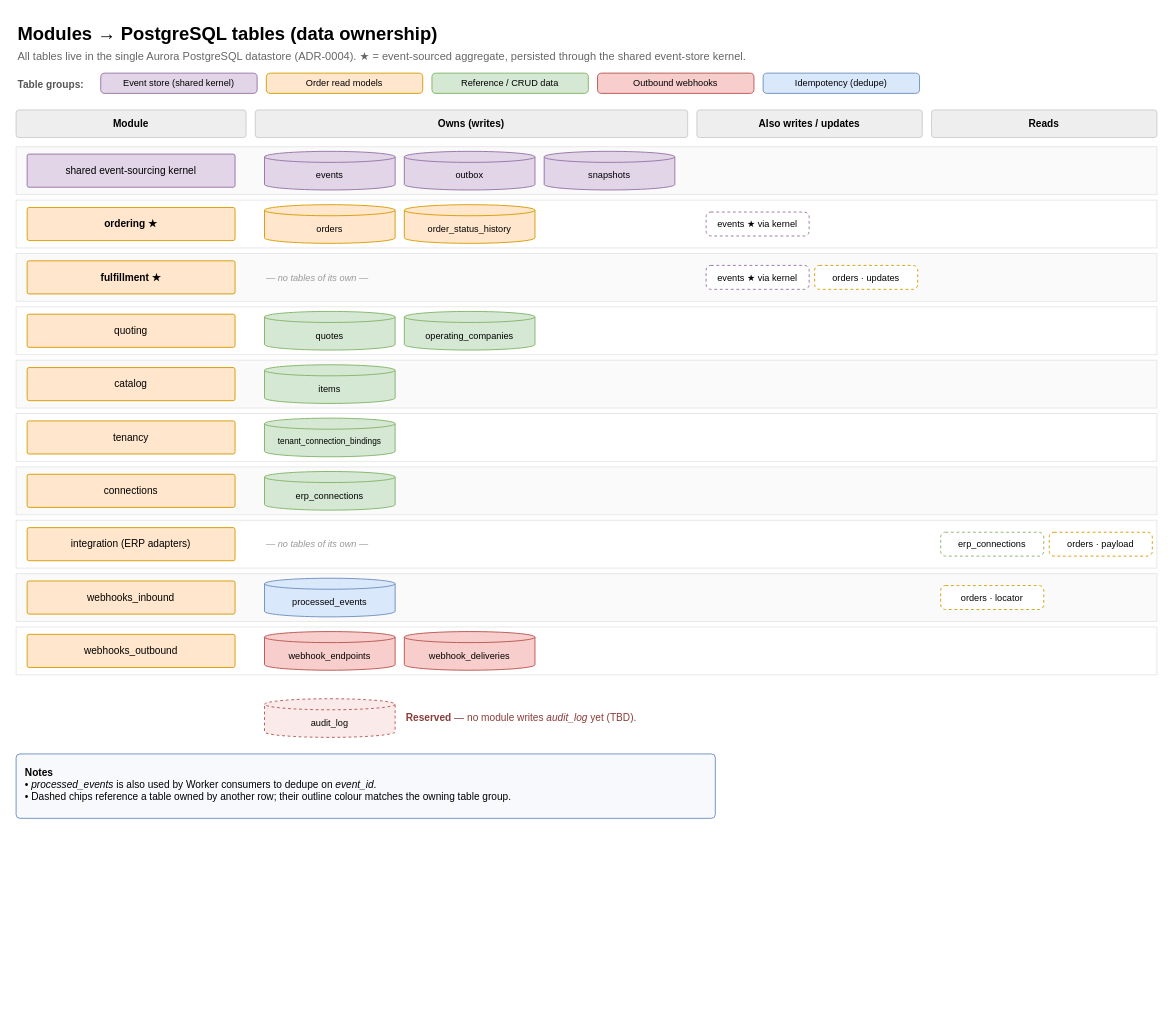
Above: page "2 · Modules → tables (data ownership)" (2 of 3) of docs/architecture/hld.drawio in sridarsaikrishnan/AI-DLC-ERP-Supply-Chain-Order-Portal (draw.io), before the change. Source tidied: cells renumbered, new cells numbered last; positions are measured from the earlier drawing's top-left corner, leaving out a move shared by most shapes. Both pictures are drawn from the tidied source at 92%, with x=0, y=0 at pixel (16, 16).
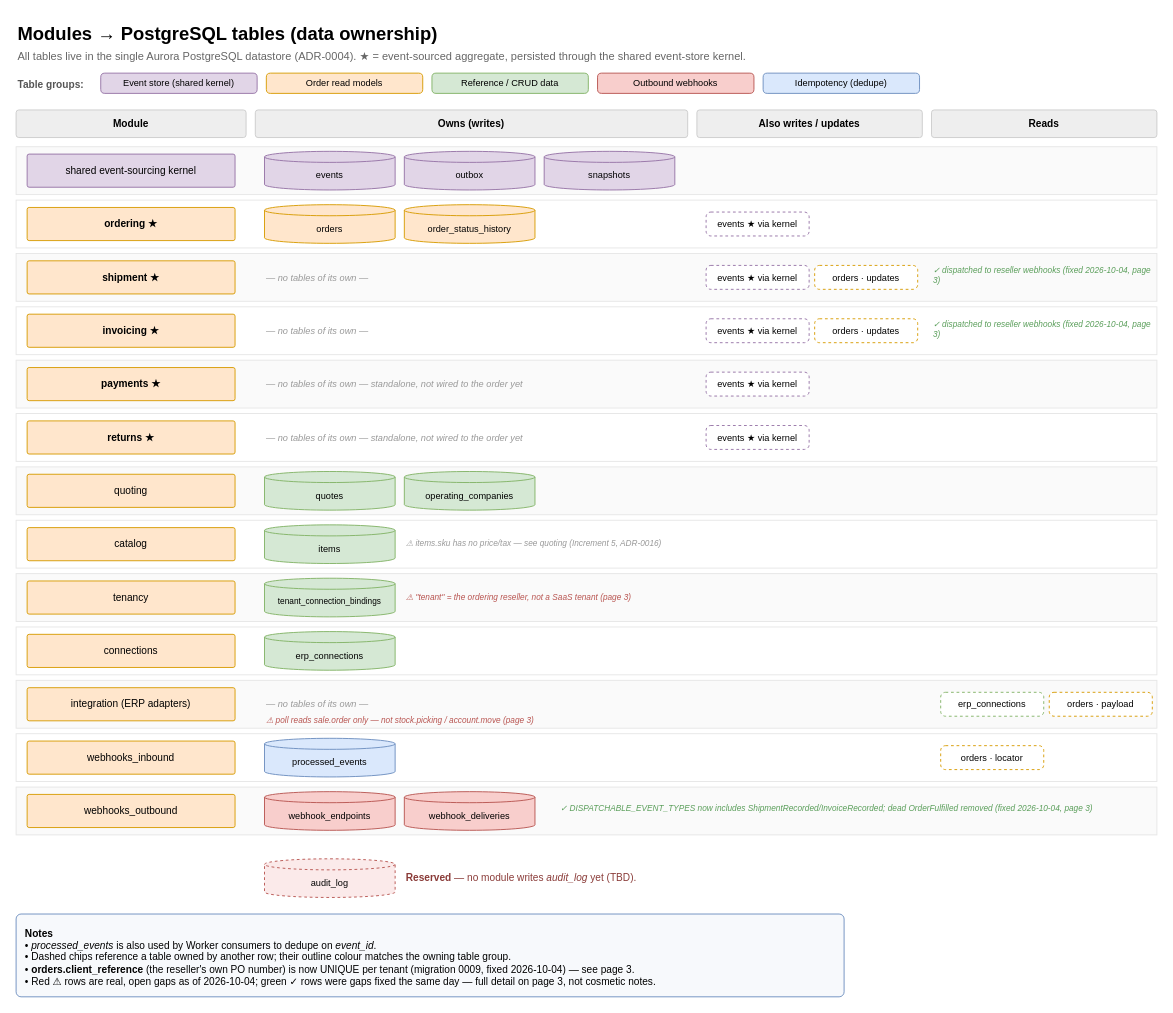
The same page after the edit.

What changed in the source:
```diff
@@
-    <mxCell id="25" value="fulfillment ★" style="fontFamily=Helvetica;rounded=1;arcSize=6;whiteSpace=wrap;html=1;fontSize=12;spacing=8;verticalAlign=middle;align=center;fillColor=#FFE6CC;strokeColor=#D79B00;fontSize=11;fontStyle=1;" parent="1" vertex="1">
+    <mxCell id="25" value="shipment ★" style="fontFamily=Helvetica;rounded=1;arcSize=6;whiteSpace=wrap;html=1;fontSize=12;spacing=8;verticalAlign=middle;align=center;fillColor=#FFE6CC;strokeColor=#D79B00;fontSize=11;fontStyle=1;" parent="1" vertex="1">
       <mxGeometry x="12" y="266" width="226" height="36" as="geometry" />
     </mxCell>
@@
+    <mxCell id="58" value="✓ dispatched to reseller webhooks (fixed 2026-10-04, page 3)" style="fontFamily=Helvetica;text;html=1;whiteSpace=wrap;strokeColor=none;fillColor=none;fontSize=9;fontColor=#5A9E5A;fontStyle=2;align=left;verticalAlign=middle;" parent="1" vertex="1">
+      <mxGeometry x="995" y="272" width="245" height="20" as="geometry" />
+    </mxCell>
@@
-    <mxCell id="30" value="quoting" style="fontFamily=Helvetica;rounded=1;arcSize=6;whiteSpace=wrap;html=1;fontSize=12;spacing=8;verticalAlign=middle;align=center;fillColor=#FFE6CC;strokeColor=#D79B00;fontSize=11;" parent="1" vertex="1">
+    <mxCell id="30" value="invoicing ★" style="fontFamily=Helvetica;rounded=1;arcSize=6;whiteSpace=wrap;html=1;fontSize=12;spacing=8;verticalAlign=middle;align=center;fillColor=#FFE6CC;strokeColor=#D79B00;fontSize=11;fontStyle=1;" parent="1" vertex="1">
       <mxGeometry x="12" y="324" width="226" height="36" as="geometry" />
     </mxCell>
-    <mxCell id="31" value="quotes" style="fontFamily=Helvetica;shape=cylinder3;whiteSpace=wrap;html=1;boundedLbl=1;backgroundOutline=1;size=6;fontSize=10;fillColor=#D5E8D4;strokeColor=#82B366;" parent="1" vertex="1">
-      <mxGeometry x="270" y="321" width="142" height="42" as="geometry" />
-    </mxCell>
-    <mxCell id="32" value="operating_companies" style="fontFamily=Helvetica;shape=cylinder3;whiteSpace=wrap;html=1;boundedLbl=1;backgroundOutline=1;size=6;fontSize=10;fillColor=#D5E8D4;strokeColor=#82B366;" parent="1" vertex="1">
-      <mxGeometry x="422" y="321" width="142" height="42" as="geometry" />
-    </mxCell>
+    <mxCell id="59" value="— no tables of its own —" style="fontFamily=Helvetica;text;html=1;whiteSpace=wrap;strokeColor=none;fillColor=none;fontSize=10;fontColor=#999999;fontStyle=2;align=left;verticalAlign=middle;" parent="1" vertex="1">
+      <mxGeometry x="270" y="332" width="300" height="20" as="geometry" />
+    </mxCell>
+    <mxCell id="60" value="events ★ via kernel" style="fontFamily=Helvetica;rounded=1;arcSize=6;whiteSpace=wrap;html=1;fontSize=12;spacing=8;verticalAlign=middle;align=center;fillColor=#FFFFFF;strokeColor=#9673A6;dashed=1;fontSize=10;spacing=2;arcSize=20;" parent="1" vertex="1">
+      <mxGeometry x="750" y="329" width="112" height="26" as="geometry" />
+    </mxCell>
+    <mxCell id="61" value="orders · updates" style="fontFamily=Helvetica;rounded=1;arcSize=6;whiteSpace=wrap;html=1;fontSize=12;spacing=8;verticalAlign=middle;align=center;fillColor=#FFFFFF;strokeColor=#D79B00;dashed=1;fontSize=10;spacing=2;arcSize=20;" parent="1" vertex="1">
+      <mxGeometry x="868" y="329" width="112" height="26" as="geometry" />
+    </mxCell>
+    <mxCell id="62" value="✓ dispatched to reseller webhooks (fixed 2026-10-04, page 3)" style="fontFamily=Helvetica;text;html=1;whiteSpace=wrap;strokeColor=none;fillColor=none;fontSize=9;fontColor=#5A9E5A;fontStyle=2;align=left;verticalAlign=middle;" parent="1" vertex="1">
+      <mxGeometry x="995" y="330" width="245" height="20" as="geometry" />
+    </mxCell>
@@
-    <mxCell id="34" value="catalog" style="fontFamily=Helvetica;rounded=1;arcSize=6;whiteSpace=wrap;html=1;fontSize=12;spacing=8;verticalAlign=middle;align=center;fillColor=#FFE6CC;strokeColor=#D79B00;fontSize=11;" parent="1" vertex="1">
+    <mxCell id="34" value="payments ★" style="fontFamily=Helvetica;rounded=1;arcSize=6;whiteSpace=wrap;html=1;fontSize=12;spacing=8;verticalAlign=middle;align=center;fillColor=#FFE6CC;strokeColor=#D79B00;fontSize=11;fontStyle=1;" parent="1" vertex="1">
       <mxGeometry x="12" y="382" width="226" height="36" as="geometry" />
     </mxCell>
-    <mxCell id="35" value="items" style="fontFamily=Helvetica;shape=cylinder3;whiteSpace=wrap;html=1;boundedLbl=1;backgroundOutline=1;size=6;fontSize=10;fillColor=#D5E8D4;strokeColor=#82B366;" parent="1" vertex="1">
-      <mxGeometry x="270" y="379" width="142" height="42" as="geometry" />
-    </mxCell>
+    <mxCell id="63" value="— no tables of its own — standalone, not wired to the order yet" style="fontFamily=Helvetica;text;html=1;whiteSpace=wrap;strokeColor=none;fillColor=none;fontSize=10;fontColor=#999999;fontStyle=2;align=left;verticalAlign=middle;" parent="1" vertex="1">
+      <mxGeometry x="270" y="390" width="460" height="20" as="geometry" />
+    </mxCell>
+    <mxCell id="64" value="events ★ via kernel" style="fontFamily=Helvetica;rounded=1;arcSize=6;whiteSpace=wrap;html=1;fontSize=12;spacing=8;verticalAlign=middle;align=center;fillColor=#FFFFFF;strokeColor=#9673A6;dashed=1;fontSize=10;spacing=2;arcSize=20;" parent="1" vertex="1">
+      <mxGeometry x="750" y="387" width="112" height="26" as="geometry" />
+    </mxCell>
@@
-    <mxCell id="37" value="tenancy" style="fontFamily=Helvetica;rounded=1;arcSize=6;whiteSpace=wrap;html=1;fontSize=12;spacing=8;verticalAlign=middle;align=center;fillColor=#FFE6CC;strokeColor=#D79B00;fontSize=11;" parent="1" vertex="1">
-      <mxGeometry x="12" y="440" width="226" height="36" as="geometry" />
-    </mxCell>
-    <mxCell id="38" value="tenant_connection_bindings" style="fontFamily=Helvetica;shape=cylinder3;whiteSpace=wrap;html=1;boundedLbl=1;backgroundOutline=1;size=6;fontSize=10;fillColor=#D5E8D4;strokeColor=#82B366;fontSize=9;" parent="1" vertex="1">
-      <mxGeometry x="270" y="437" width="142" height="42" as="geometry" />
-    </mxCell>
+    <mxCell id="65" value="returns ★" style="fontFamily=Helvetica;rounded=1;arcSize=6;whiteSpace=wrap;html=1;fontSize=12;spacing=8;verticalAlign=middle;align=center;fillColor=#FFE6CC;strokeColor=#D79B00;fontSize=11;fontStyle=1;" parent="1" vertex="1">
+      <mxGeometry x="12" y="440" width="226" height="36" as="geometry" />
+    </mxCell>
+    <mxCell id="66" value="— no tables of its own — standalone, not wired to the order yet" style="fontFamily=Helvetica;text;html=1;whiteSpace=wrap;strokeColor=none;fillColor=none;fontSize=10;fontColor=#999999;fontStyle=2;align=left;verticalAlign=middle;" parent="1" vertex="1">
+      <mxGeometry x="270" y="448" width="460" height="20" as="geometry" />
+    </mxCell>
+    <mxCell id="67" value="events ★ via kernel" style="fontFamily=Helvetica;rounded=1;arcSize=6;whiteSpace=wrap;html=1;fontSize=12;spacing=8;verticalAlign=middle;align=center;fillColor=#FFFFFF;strokeColor=#9673A6;dashed=1;fontSize=10;spacing=2;arcSize=20;" parent="1" vertex="1">
+      <mxGeometry x="750" y="445" width="112" height="26" as="geometry" />
+    </mxCell>
@@
-    <mxCell id="40" value="connections" style="fontFamily=Helvetica;rounded=1;arcSize=6;whiteSpace=wrap;html=1;fontSize=12;spacing=8;verticalAlign=middle;align=center;fillColor=#FFE6CC;strokeColor=#D79B00;fontSize=11;" parent="1" vertex="1">
+    <mxCell id="40" value="quoting" style="fontFamily=Helvetica;rounded=1;arcSize=6;whiteSpace=wrap;html=1;fontSize=12;spacing=8;verticalAlign=middle;align=center;fillColor=#FFE6CC;strokeColor=#D79B00;fontSize=11;" parent="1" vertex="1">
       <mxGeometry x="12" y="498" width="226" height="36" as="geometry" />
     </mxCell>
-    <mxCell id="41" value="erp_connections" style="fontFamily=Helvetica;shape=cylinder3;whiteSpace=wrap;html=1;boundedLbl=1;backgroundOutline=1;size=6;fontSize=10;fillColor=#D5E8D4;strokeColor=#82B366;" parent="1" vertex="1">
+    <mxCell id="41" value="quotes" style="fontFamily=Helvetica;shape=cylinder3;whiteSpace=wrap;html=1;boundedLbl=1;backgroundOutline=1;size=6;fontSize=10;fillColor=#D5E8D4;strokeColor=#82B366;" parent="1" vertex="1">
       <mxGeometry x="270" y="495" width="142" height="42" as="geometry" />
     </mxCell>
+    <mxCell id="32" value="operating_companies" style="fontFamily=Helvetica;shape=cylinder3;whiteSpace=wrap;html=1;boundedLbl=1;backgroundOutline=1;size=6;fontSize=10;fillColor=#D5E8D4;strokeColor=#82B366;" parent="1" vertex="1">
+      <mxGeometry x="422" y="495" width="142" height="42" as="geometry" />
+    </mxCell>
@@
-    <mxCell id="43" value="integration (ERP adapters)" style="fontFamily=Helvetica;rounded=1;arcSize=6;whiteSpace=wrap;html=1;fontSize=12;spacing=8;verticalAlign=middle;align=center;fillColor=#FFE6CC;strokeColor=#D79B00;fontSize=11;" parent="1" vertex="1">
+    <mxCell id="43" value="catalog" style="fontFamily=Helvetica;rounded=1;arcSize=6;whiteSpace=wrap;html=1;fontSize=12;spacing=8;verticalAlign=middle;align=center;fillColor=#FFE6CC;strokeColor=#D79B00;fontSize=11;" parent="1" vertex="1">
       <mxGeometry x="12" y="556" width="226" height="36" as="geometry" />
     </mxCell>
-    <mxCell id="44" value="— no tables of its own —" style="fontFamily=Helvetica;text;html=1;whiteSpace=wrap;strokeColor=none;fillColor=none;fontSize=10;fontColor=#999999;fontStyle=2;align=left;verticalAlign=middle;" parent="1" vertex="1">
-      <mxGeometry x="270" y="564" width="300" height="20" as="geometry" />
-    </mxCell>
-    <mxCell id="45" value="erp_connections" style="fontFamily=Helvetica;rounded=1;arcSize=6;whiteSpace=wrap;html=1;fontSize=12;spacing=8;verticalAlign=middle;align=center;fillColor=#FFFFFF;strokeColor=#82B366;dashed=1;fontSize=10;spacing=2;arcSize=20;" parent="1" vertex="1">
-      <mxGeometry x="1005" y="561" width="112" height="26" as="geometry" />
-    </mxCell>
-    <mxCell id="46" value="orders · payload" style="fontFamily=Helvetica;rounded=1;arcSize=6;whiteSpace=wrap;html=1;fontSize=12;spacing=8;verticalAlign=middle;align=center;fillColor=#FFFFFF;strokeColor=#D79B00;dashed=1;fontSize=10;spacing=2;arcSize=20;" parent="1" vertex="1">
-      <mxGeometry x="1123" y="561" width="112" height="26" as="geometry" />
-    </mxCell>
+    <mxCell id="35" value="items" style="fontFamily=Helvetica;shape=cylinder3;whiteSpace=wrap;html=1;boundedLbl=1;backgroundOutline=1;size=6;fontSize=10;fillColor=#D5E8D4;strokeColor=#82B366;" parent="1" vertex="1">
+      <mxGeometry x="270" y="553" width="142" height="42" as="geometry" />
+    </mxCell>
+    <mxCell id="68" value="⚠ items.sku has no price/tax — see quoting (Increment 5, ADR-0016)" style="fontFamily=Helvetica;text;html=1;whiteSpace=wrap;strokeColor=none;fillColor=none;fontSize=9;fontColor=#999999;fontStyle=2;align=left;verticalAlign=middle;" parent="1" vertex="1">
+      <mxGeometry x="422" y="564" width="420" height="20" as="geometry" />
+    </mxCell>
@@
-    <mxCell id="48" value="webhooks_inbound" style="fontFamily=Helvetica;rounded=1;arcSize=6;whiteSpace=wrap;html=1;fontSize=12;spacing=8;verticalAlign=middle;align=center;fillColor=#FFE6CC;strokeColor=#D79B00;fontSize=11;" parent="1" vertex="1">
+    <mxCell id="48" value="tenancy" style="fontFamily=Helvetica;rounded=1;arcSize=6;whiteSpace=wrap;html=1;fontSize=12;spacing=8;verticalAlign=middle;align=center;fillColor=#FFE6CC;strokeColor=#D79B00;fontSize=11;" parent="1" vertex="1">
       <mxGeometry x="12" y="614" width="226" height="36" as="geometry" />
     </mxCell>
-    <mxCell id="49" value="processed_events" style="fontFamily=Helvetica;shape=cylinder3;whiteSpace=wrap;html=1;boundedLbl=1;backgroundOutline=1;size=6;fontSize=10;fillColor=#DAE8FC;strokeColor=#6C8EBF;" parent="1" vertex="1">
+    <mxCell id="49" value="tenant_connection_bindings" style="fontFamily=Helvetica;shape=cylinder3;whiteSpace=wrap;html=1;boundedLbl=1;backgroundOutline=1;size=6;fontSize=10;fillColor=#D5E8D4;strokeColor=#82B366;fontSize=9;" parent="1" vertex="1">
       <mxGeometry x="270" y="611" width="142" height="42" as="geometry" />
     </mxCell>
-    <mxCell id="50" value="orders · locator" style="fontFamily=Helvetica;rounded=1;arcSize=6;whiteSpace=wrap;html=1;fontSize=12;spacing=8;verticalAlign=middle;align=center;fillColor=#FFFFFF;strokeColor=#D79B00;dashed=1;fontSize=10;spacing=2;arcSize=20;" parent="1" vertex="1">
-      <mxGeometry x="1005" y="619" width="112" height="26" as="geometry" />
-    </mxCell>
+    <mxCell id="69" value="⚠ &quot;tenant&quot; = the ordering reseller, not a SaaS tenant (page 3)" style="fontFamily=Helvetica;text;html=1;whiteSpace=wrap;strokeColor=none;fillColor=none;fontSize=9;fontColor=#B85450;fontStyle=2;align=left;verticalAlign=middle;" parent="1" vertex="1">
+      <mxGeometry x="422" y="622" width="420" height="20" as="geometry" />
+    </mxCell>
@@
-    <mxCell id="52" value="webhooks_outbound" style="fontFamily=Helvetica;rounded=1;arcSize=6;whiteSpace=wrap;html=1;fontSize=12;spacing=8;verticalAlign=middle;align=center;fillColor=#FFE6CC;strokeColor=#D79B00;fontSize=11;" parent="1" vertex="1">
+    <mxCell id="52" value="connections" style="fontFamily=Helvetica;rounded=1;arcSize=6;whiteSpace=wrap;html=1;fontSize=12;spacing=8;verticalAlign=middle;align=center;fillColor=#FFE6CC;strokeColor=#D79B00;fontSize=11;" parent="1" vertex="1">
       <mxGeometry x="12" y="672" width="226" height="36" as="geometry" />
     </mxCell>
-    <mxCell id="53" value="webhook_endpoints" style="fontFamily=Helvetica;shape=cylinder3;whiteSpace=wrap;html=1;boundedLbl=1;backgroundOutline=1;size=6;fontSize=10;fillColor=#F8CECC;strokeColor=#B85450;" parent="1" vertex="1">
+    <mxCell id="53" value="erp_connections" style="fontFamily=Helvetica;shape=cylinder3;whiteSpace=wrap;html=1;boundedLbl=1;backgroundOutline=1;size=6;fontSize=10;fillColor=#D5E8D4;strokeColor=#82B366;" parent="1" vertex="1">
       <mxGeometry x="270" y="669" width="142" height="42" as="geometry" />
     </mxCell>
+    <mxCell id="70" style="fontFamily=Helvetica;rounded=0;html=1;strokeColor=#E6E6E6;fillColor=#FAFAFA;" parent="1" vertex="1">
+      <mxGeometry y="722" width="1240" height="52" as="geometry" />
+    </mxCell>
+    <mxCell id="71" value="integration (ERP adapters)" style="fontFamily=Helvetica;rounded=1;arcSize=6;whiteSpace=wrap;html=1;fontSize=12;spacing=8;verticalAlign=middle;align=center;fillColor=#FFE6CC;strokeColor=#D79B00;fontSize=11;" parent="1" vertex="1">
+      <mxGeometry x="12" y="730" width="226" height="36" as="geometry" />
+    </mxCell>
+    <mxCell id="72" value="— no tables of its own —" style="fontFamily=Helvetica;text;html=1;whiteSpace=wrap;strokeColor=none;fillColor=none;fontSize=10;fontColor=#999999;fontStyle=2;align=left;verticalAlign=middle;" parent="1" vertex="1">
+      <mxGeometry x="270" y="738" width="300" height="20" as="geometry" />
+    </mxCell>
+    <mxCell id="45" value="erp_connections" style="fontFamily=Helvetica;rounded=1;arcSize=6;whiteSpace=wrap;html=1;fontSize=12;spacing=8;verticalAlign=middle;align=center;fillColor=#FFFFFF;strokeColor=#82B366;dashed=1;fontSize=10;spacing=2;arcSize=20;" parent="1" vertex="1">
+      <mxGeometry x="1005" y="735" width="112" height="26" as="geometry" />
+    </mxCell>
+    <mxCell id="46" value="orders · payload" style="fontFamily=Helvetica;rounded=1;arcSize=6;whiteSpace=wrap;html=1;fontSize=12;spacing=8;verticalAlign=middle;align=center;fillColor=#FFFFFF;strokeColor=#D79B00;dashed=1;fontSize=10;spacing=2;arcSize=20;" parent="1" vertex="1">
+      <mxGeometry x="1123" y="735" width="112" height="26" as="geometry" />
+    </mxCell>
+    <mxCell id="73" value="⚠ poll reads sale.order only — not stock.picking / account.move (page 3)" style="fontFamily=Helvetica;text;html=1;whiteSpace=wrap;strokeColor=none;fillColor=none;fontSize=9;fontColor=#B85450;fontStyle=2;align=left;verticalAlign=middle;" parent="1" vertex="1">
+      <mxGeometry x="270" y="756" width="500" height="20" as="geometry" />
+    </mxCell>
+    <mxCell id="74" style="fontFamily=Helvetica;rounded=0;html=1;strokeColor=#E6E6E6;fillColor=#FFFFFF;" parent="1" vertex="1">
+      <mxGeometry y="780" width="1240" height="52" as="geometry" />
+    </mxCell>
+    <mxCell id="75" value="webhooks_inbound" style="fontFamily=Helvetica;rounded=1;arcSize=6;whiteSpace=wrap;html=1;fontSize=12;spacing=8;verticalAlign=middle;align=center;fillColor=#FFE6CC;strokeColor=#D79B00;fontSize=11;" parent="1" vertex="1">
+      <mxGeometry x="12" y="788" width="226" height="36" as="geometry" />
+    </mxCell>
+    <mxCell id="76" value="processed_events" style="fontFamily=Helvetica;shape=cylinder3;whiteSpace=wrap;html=1;boundedLbl=1;backgroundOutline=1;size=6;fontSize=10;fillColor=#DAE8FC;strokeColor=#6C8EBF;" parent="1" vertex="1">
+      <mxGeometry x="270" y="785" width="142" height="42" as="geometry" />
+    </mxCell>
+    <mxCell id="50" value="orders · locator" style="fontFamily=Helvetica;rounded=1;arcSize=6;whiteSpace=wrap;html=1;fontSize=12;spacing=8;verticalAlign=middle;align=center;fillColor=#FFFFFF;strokeColor=#D79B00;dashed=1;fontSize=10;spacing=2;arcSize=20;" parent="1" vertex="1">
+      <mxGeometry x="1005" y="793" width="112" height="26" as="geometry" />
+    </mxCell>
+    <mxCell id="77" style="fontFamily=Helvetica;rounded=0;html=1;strokeColor=#E6E6E6;fillColor=#FAFAFA;" parent="1" vertex="1">
+      <mxGeometry y="838" width="1240" height="52" as="geometry" />
+    </mxCell>
+    <mxCell id="78" value="webhooks_outbound" style="fontFamily=Helvetica;rounded=1;arcSize=6;whiteSpace=wrap;html=1;fontSize=12;spacing=8;verticalAlign=middle;align=center;fillColor=#FFE6CC;strokeColor=#D79B00;fontSize=11;" parent="1" vertex="1">
+      <mxGeometry x="12" y="846" width="226" height="36" as="geometry" />
+    </mxCell>
+    <mxCell id="79" value="webhook_endpoints" style="fontFamily=Helvetica;shape=cylinder3;whiteSpace=wrap;html=1;boundedLbl=1;backgroundOutline=1;size=6;fontSize=10;fillColor=#F8CECC;strokeColor=#B85450;" parent="1" vertex="1">
+      <mxGeometry x="270" y="843" width="142" height="42" as="geometry" />
+    </mxCell>
     <mxCell id="54" value="webhook_deliveries" style="fontFamily=Helvetica;shape=cylinder3;whiteSpace=wrap;html=1;boundedLbl=1;backgroundOutline=1;size=6;fontSize=10;fillColor=#F8CECC;strokeColor=#B85450;" parent="1" vertex="1">
-      <mxGeometry x="422" y="669" width="142" height="42" as="geometry" />
+      <mxGeometry x="422" y="843" width="142" height="42" as="geometry" />
     </mxCell>
+    <mxCell id="80" value="✓ DISPATCHABLE_EVENT_TYPES now includes ShipmentRecorded/InvoiceRecorded; dead OrderFulfilled removed (fixed 2026-10-04, page 3)" style="fontFamily=Helvetica;text;html=1;whiteSpace=wrap;strokeColor=none;fillColor=none;fontSize=9;fontColor=#5A9E5A;fontStyle=2;align=left;verticalAlign=middle;" parent="1" vertex="1">
+      <mxGeometry x="590" y="852" width="640" height="20" as="geometry" />
+    </mxCell>
     <mxCell id="55" value="audit_log" style="fontFamily=Helvetica;shape=cylinder3;whiteSpace=wrap;html=1;boundedLbl=1;backgroundOutline=1;size=6;fontSize=10;fillColor=#FBEAEA;strokeColor=#B85450;dashed=1;" parent="1" vertex="1">
-      <mxGeometry x="270" y="742" width="142" height="42" as="geometry" />
+      <mxGeometry x="270" y="916" width="142" height="42" as="geometry" />
     </mxCell>
     <mxCell id="56" value="&lt;b&gt;Reserved&lt;/b&gt; — no module writes &lt;i&gt;audit_log&lt;/i&gt; yet (TBD)." style="fontFamily=Helvetica;text;html=1;whiteSpace=wrap;strokeColor=none;fillColor=none;fontSize=11;fontColor=#8A3B38;align=left;verticalAlign=middle;" parent="1" vertex="1">
-      <mxGeometry x="422" y="753" width="420" height="20" as="geometry" />
+      <mxGeometry x="422" y="927" width="420" height="20" as="geometry" />
     </mxCell>
-    <mxCell id="57" value="&lt;b&gt;Notes&lt;/b&gt;&lt;br&gt;• &lt;i&gt;processed_events&lt;/i&gt; is also used by Worker consumers to dedupe on &lt;i&gt;event_id&lt;/i&gt;.&lt;br&gt;• Dashed chips reference a table owned by another row; their outline colour matches the owning table group." style="fontFamily=Helvetica;rounded=1;arcSize=6;whiteSpace=wrap;html=1;fontSize=12;spacing=8;verticalAlign=middle;align=center;fillColor=#F7F9FC;strokeColor=#6C8EBF;align=left;verticalAlign=top;fontSize=11;spacing=10;" parent="1" vertex="1">
-      <mxGeometry y="802" width="760" height="70" as="geometry" />
+    <mxCell id="57" value="&lt;b&gt;Notes&lt;/b&gt;&lt;br&gt;• &lt;i&gt;processed_events&lt;/i&gt; is also used by Worker consumers to dedupe on &lt;i&gt;event_id&lt;/i&gt;.&lt;br&gt;• Dashed chips reference a table owned by another row; their outline colour matches the owning table group.&lt;br&gt;• &lt;b&gt;orders.client_reference&lt;/b&gt; (the reseller's own PO number) is now UNIQUE per tenant (migration 0009, fixed 2026-10-04) — see page 3.&lt;br&gt;• Red ⚠ rows are real, open gaps as of 2026-10-04; green ✓ rows were gaps fixed the same day — full detail on page 3, not cosmetic notes." style="fontFamily=Helvetica;rounded=1;arcSize=6;whiteSpace=wrap;html=1;fontSize=12;spacing=8;verticalAlign=middle;align=center;fillColor=#F7F9FC;strokeColor=#6C8EBF;align=left;verticalAlign=top;fontSize=11;spacing=10;" parent="1" vertex="1">
+      <mxGeometry y="976" width="900" height="90" as="geometry" />
     </mxCell>
```
